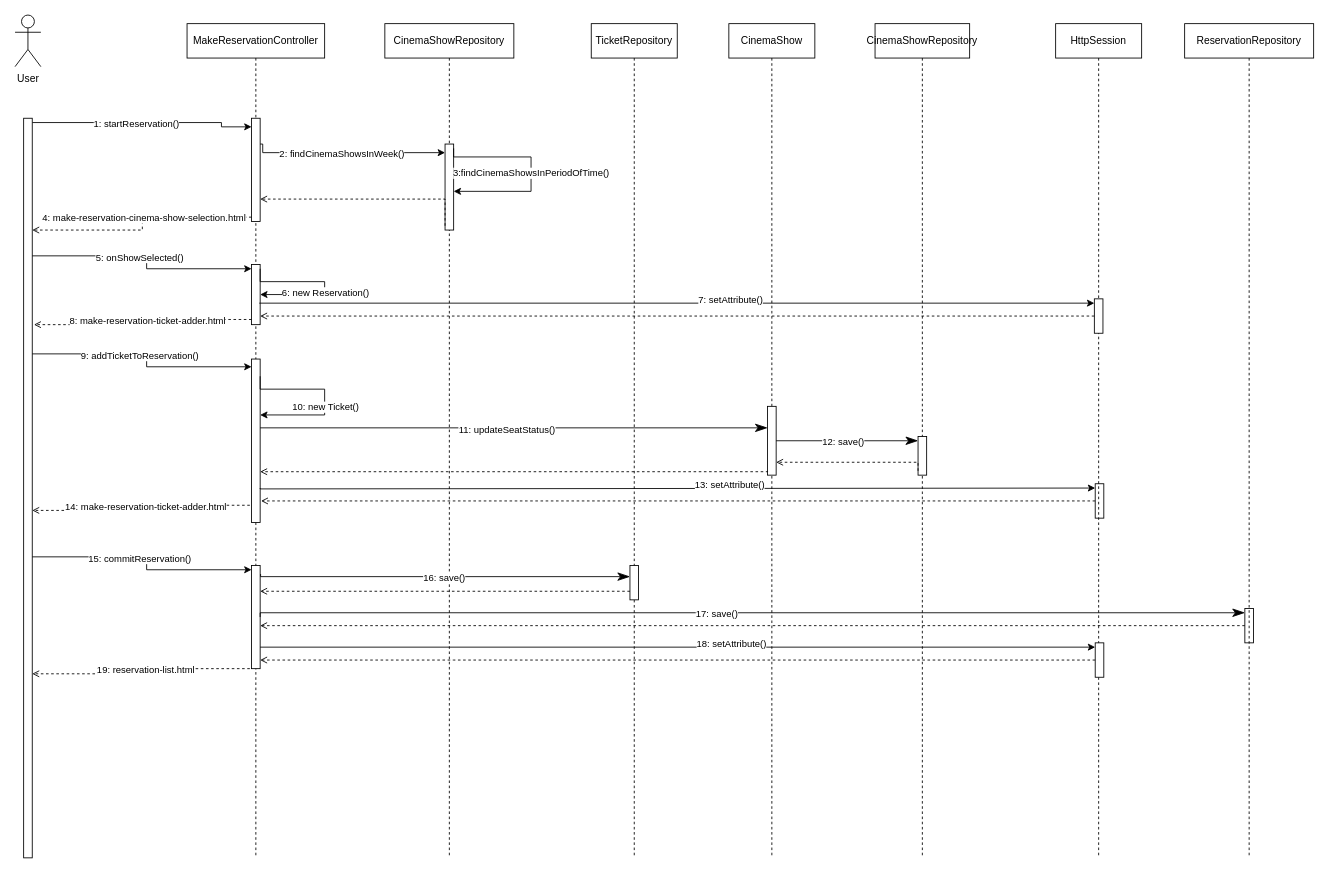
Before: src/main/asciidoc/models/design/Kundenportal/kundenportal_sequenzdiagram.drawio in Leonard0108/Anwendungsprogrammierung, a draw.io diagram. Source tidied: cells renumbered, new cells numbered last; positions are measured from the earlier drawing's top-left corner, leaving out a move shared by most shapes. Both pictures are drawn from the tidied source at 86%, with x=0, y=0 at pixel (15, 15).
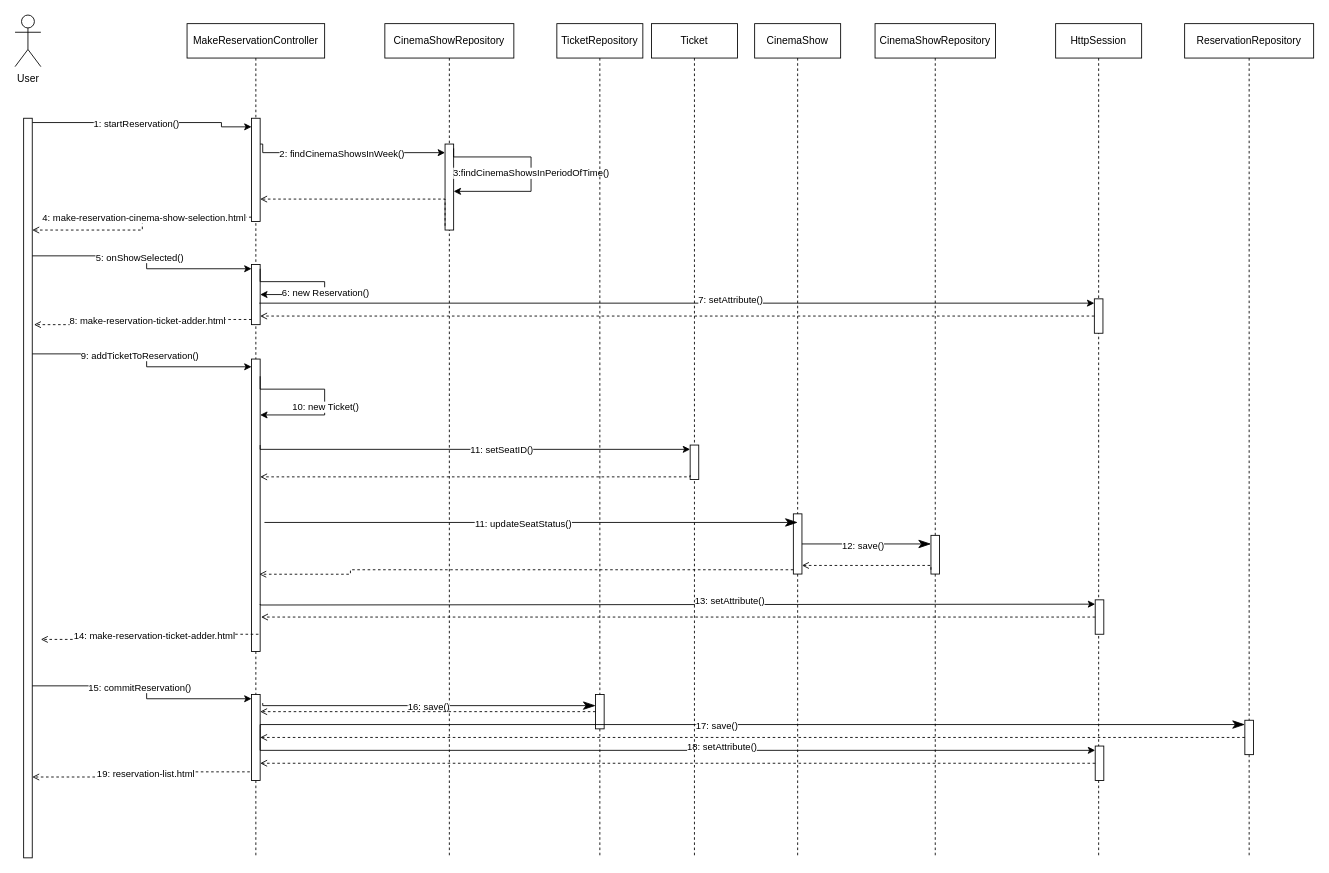
After the change.

Commit message (it also covers changes not shown here):
kundenportal: diagramme aktualisiert

The change refers to these unchanged cells:
```xml
<mxCell id="3" value="MakeReservationController" style="shape=umlLifeline;perimeter=lifelinePerimeter;whiteSpace=wrap;html=1;outlineConnect=0;portConstraint=eastwest;newEdgeStyle={&quot;curved&quot;:0,&quot;rounded&quot;:0};" parent="1" vertex="1">
  <mxGeometry x="200" y="10" width="160" height="970" as="geometry" />
</mxCell>
<mxCell id="60" value="HttpSession" style="shape=umlLifeline;perimeter=lifelinePerimeter;whiteSpace=wrap;html=1;newEdgeStyle={&quot;curved&quot;:0,&quot;rounded&quot;:0};" parent="1" vertex="1">
  <mxGeometry x="1210" y="10" width="100" height="970" as="geometry" />
</mxCell>
```

The edit, as a diff of the source:
```diff
@@
     <mxCell id="8" style="html=1;points=[[0,0,0,0,5],[0,1,0,0,-5],[1,0,0,0,5],[1,1,0,0,-5]];perimeter=orthogonalPerimeter;outlineConnect=0;targetShapes=umlLifeline;portConstraint=eastwest;newEdgeStyle={&quot;curved&quot;:0,&quot;rounded&quot;:0};" parent="3" vertex="1">
-      <mxGeometry x="75" y="390" width="10" height="190" as="geometry" />
+      <mxGeometry x="75" y="390" width="10" height="340" as="geometry" />
     </mxCell>
@@
     <mxCell id="11" style="html=1;points=[[0,0,0,0,5],[0,1,0,0,-5],[1,0,0,0,5],[1,1,0,0,-5]];perimeter=orthogonalPerimeter;outlineConnect=0;targetShapes=umlLifeline;portConstraint=eastwest;newEdgeStyle={&quot;curved&quot;:0,&quot;rounded&quot;:0};" parent="3" vertex="1">
-      <mxGeometry x="75" y="630" width="10" height="120" as="geometry" />
+      <mxGeometry x="75" y="780" width="10" height="100" as="geometry" />
     </mxCell>
+    <mxCell id="69" style="edgeStyle=orthogonalEdgeStyle;rounded=0;jettySize=auto;html=1;curved=0;exitX=1;exitY=0;exitDx=0;exitDy=5;exitPerimeter=0;entryX=0;entryY=0;entryDx=0;entryDy=5;entryPerimeter=0;" parent="3" edge="1" target="72">
+      <mxGeometry relative="1" as="geometry">
+        <mxPoint x="85" y="490" as="sourcePoint" />
+        <Array as="points">
+          <mxPoint x="85" y="495" />
+        </Array>
+      </mxGeometry>
+    </mxCell>
+    <mxCell id="70" value="11: setSeatID()" style="edgeLabel;html=1;align=center;verticalAlign=middle;" parent="69" vertex="1">
+      <mxGeometry x="0.13" relative="1" as="geometry" />
+    </mxCell>
@@
     <mxCell id="30" value="TicketRepository" style="shape=umlLifeline;perimeter=lifelinePerimeter;whiteSpace=wrap;html=1;newEdgeStyle={&quot;curved&quot;:0,&quot;rounded&quot;:0};" parent="1" vertex="1">
-      <mxGeometry x="670" y="10" width="100" height="970" as="geometry" />
+      <mxGeometry x="630" y="10" width="100" height="970" as="geometry" />
     </mxCell>
     <mxCell id="31" style="html=1;points=[[0,0,0,0,5],[0,1,0,0,-5],[1,0,0,0,5],[1,1,0,0,-5]];perimeter=orthogonalPerimeter;outlineConnect=0;targetShapes=umlLifeline;portConstraint=eastwest;newEdgeStyle={&quot;curved&quot;:0,&quot;rounded&quot;:0};" parent="30" vertex="1">
-      <mxGeometry x="45" y="630" width="10" height="40" as="geometry" />
+      <mxGeometry x="45" y="780" width="10" height="40" as="geometry" />
     </mxCell>
     <mxCell id="32" style="endArrow=classicThin;endFill=1;endSize=12;html=1;rounded=0;exitX=0.5;exitY=0.818;exitDx=0;exitDy=0;exitPerimeter=0;edgeStyle=orthogonalEdgeStyle;" parent="1" edge="1" target="31">
       <mxGeometry relative="1" as="geometry">
-        <mxPoint x="285.5" y="650" as="sourcePoint" />
+        <mxPoint x="288" y="800" as="sourcePoint" />
         <Array as="points">
-          <mxPoint x="286" y="653" />
+          <mxPoint x="288.5" y="803" />
         </Array>
       </mxGeometry>
     </mxCell>
@@
     <mxCell id="34" style="edgeStyle=orthogonalEdgeStyle;rounded=0;jettySize=auto;html=1;curved=0;dashed=1;endArrow=open;endFill=0;startArrow=none;startFill=0;" parent="1" edge="1" source="31" target="11">
       <mxGeometry relative="1" as="geometry">
         <Array as="points">
-          <mxPoint x="400" y="670" />
-          <mxPoint x="400" y="670" />
+          <mxPoint x="580" y="810" />
+          <mxPoint x="580" y="810" />
         </Array>
       </mxGeometry>
     </mxCell>
     <mxCell id="35" value="CinemaShow" style="shape=umlLifeline;perimeter=lifelinePerimeter;whiteSpace=wrap;html=1;newEdgeStyle={&quot;curved&quot;:0,&quot;rounded&quot;:0};" parent="1" vertex="1">
-      <mxGeometry x="830" y="10" width="100" height="970" as="geometry" />
+      <mxGeometry x="860" y="10" width="100" height="970" as="geometry" />
     </mxCell>
     <mxCell id="36" style="html=1;points=[[0,0,0,0,5],[0,1,0,0,-5],[1,0,0,0,5],[1,1,0,0,-5]];perimeter=orthogonalPerimeter;outlineConnect=0;targetShapes=umlLifeline;portConstraint=eastwest;newEdgeStyle={&quot;curved&quot;:0,&quot;rounded&quot;:0};" parent="35" vertex="1">
-      <mxGeometry x="45" y="445" width="10" height="80" as="geometry" />
+      <mxGeometry x="45" y="570" width="10" height="70" as="geometry" />
     </mxCell>
-    <mxCell id="37" style="html=1;points=[[0,0,0,0,5],[0,1,0,0,-5],[1,0,0,0,5],[1,1,0,0,-5]];perimeter=orthogonalPerimeter;outlineConnect=0;targetShapes=umlLifeline;portConstraint=eastwest;newEdgeStyle={&quot;curved&quot;:0,&quot;rounded&quot;:0};" parent="35" vertex="1">
-      <mxGeometry x="426" y="535" width="10" height="40" as="geometry" />
-    </mxCell>
-    <mxCell id="38" style="edgeStyle=orthogonalEdgeStyle;rounded=0;jettySize=auto;html=1;curved=0;dashed=1;endArrow=open;endFill=0;" parent="35" edge="1" source="37">
-      <mxGeometry relative="1" as="geometry">
-        <mxPoint x="-544" y="555" as="targetPoint" />
-        <Array as="points">
-          <mxPoint x="-159" y="555" />
-          <mxPoint x="-159" y="555" />
-        </Array>
-      </mxGeometry>
-    </mxCell>
-    <mxCell id="39" style="edgeStyle=orthogonalEdgeStyle;rounded=0;jettySize=auto;html=1;curved=0;exitX=0.525;exitY=0.336;exitDx=0;exitDy=0;exitPerimeter=0;entryX=0;entryY=0;entryDx=0;entryDy=5;entryPerimeter=0;" parent="35" edge="1" target="37">
-      <mxGeometry relative="1" as="geometry">
-        <mxPoint x="-545" y="540" as="sourcePoint" />
-        <Array as="points">
-          <mxPoint x="426" y="541" />
-        </Array>
-      </mxGeometry>
-    </mxCell>
-    <mxCell id="40" value="13: setAttribute()" style="edgeLabel;html=1;align=center;verticalAlign=middle;" parent="39" vertex="1">
-      <mxGeometry x="0.13" relative="1" as="geometry">
-        <mxPoint x="-2" y="-5" as="offset" />
-      </mxGeometry>
-    </mxCell>
     <mxCell id="41" value="CinemaShowRepository" style="shape=umlLifeline;perimeter=lifelinePerimeter;whiteSpace=wrap;html=1;newEdgeStyle={&quot;curved&quot;:0,&quot;rounded&quot;:0};" parent="1" vertex="1">
-      <mxGeometry x="1000" y="10" width="110" height="970" as="geometry" />
+      <mxGeometry x="1000" y="10" width="140" height="970" as="geometry" />
     </mxCell>
     <mxCell id="42" style="html=1;points=[[0,0,0,0,5],[0,1,0,0,-5],[1,0,0,0,5],[1,1,0,0,-5]];perimeter=orthogonalPerimeter;outlineConnect=0;targetShapes=umlLifeline;portConstraint=eastwest;newEdgeStyle={&quot;curved&quot;:0,&quot;rounded&quot;:0};" parent="41" vertex="1">
-      <mxGeometry x="50" y="480" width="10" height="45" as="geometry" />
+      <mxGeometry x="65" y="595" width="10" height="45" as="geometry" />
     </mxCell>
-    <mxCell id="43" style="html=1;points=[[0,0,0,0,5],[0,1,0,0,-5],[1,0,0,0,5],[1,1,0,0,-5]];perimeter=orthogonalPerimeter;outlineConnect=0;targetShapes=umlLifeline;portConstraint=eastwest;newEdgeStyle={&quot;curved&quot;:0,&quot;rounded&quot;:0};" parent="41" vertex="1">
-      <mxGeometry x="430" y="680" width="10" height="40" as="geometry" />
-    </mxCell>
-    <mxCell id="44" style="edgeStyle=orthogonalEdgeStyle;rounded=0;jettySize=auto;html=1;curved=0;dashed=1;endArrow=open;endFill=0;startArrow=none;startFill=0;" parent="41" edge="1" source="43">
-      <mxGeometry relative="1" as="geometry">
-        <mxPoint x="-715" y="700" as="targetPoint" />
-        <Array as="points">
-          <mxPoint x="120" y="700" />
-          <mxPoint x="120" y="700" />
-        </Array>
-      </mxGeometry>
-    </mxCell>
-    <mxCell id="45" style="endArrow=classicThin;endFill=1;endSize=12;html=1;rounded=0;entryX=0;entryY=0;entryDx=0;entryDy=5;entryPerimeter=0;edgeStyle=orthogonalEdgeStyle;" parent="41" edge="1" target="43">
-      <mxGeometry relative="1" as="geometry">
-        <mxPoint x="-715" y="690" as="sourcePoint" />
-        <Array as="points">
-          <mxPoint x="-715" y="685" />
-        </Array>
-      </mxGeometry>
-    </mxCell>
-    <mxCell id="46" value="17: save()" style="edgeLabel;html=1;align=center;verticalAlign=middle;" parent="45" vertex="1">
-      <mxGeometry x="-0.07" y="-1" relative="1" as="geometry" />
-    </mxCell>
-    <mxCell id="47" style="endArrow=classicThin;endFill=1;endSize=12;html=1;rounded=0;exitX=0.5;exitY=0.818;exitDx=0;exitDy=0;exitPerimeter=0;" parent="1" edge="1" target="36">
+    <mxCell id="47" style="endArrow=classicThin;endFill=1;endSize=12;html=1;rounded=0;" parent="1" edge="1">
       <mxGeometry relative="1" as="geometry">
-        <mxPoint x="285" y="480" as="sourcePoint" />
+        <mxPoint x="290" y="590" as="sourcePoint" />
+        <mxPoint x="910" y="590" as="targetPoint" />
       </mxGeometry>
     </mxCell>
@@
-    <mxCell id="49" style="edgeStyle=orthogonalEdgeStyle;rounded=0;jettySize=auto;html=1;curved=0;dashed=1;endArrow=open;endFill=0;exitX=0;exitY=1;exitDx=0;exitDy=-5;exitPerimeter=0;" parent="1" edge="1" source="36" target="8">
+    <mxCell id="49" style="edgeStyle=orthogonalEdgeStyle;rounded=0;jettySize=auto;html=1;curved=0;dashed=1;endArrow=open;endFill=0;exitX=0;exitY=1;exitDx=0;exitDy=-5;exitPerimeter=0;entryX=0.525;entryY=0.66;entryDx=0;entryDy=0;entryPerimeter=0;" parent="1" edge="1" source="36" target="3">
       <mxGeometry relative="1" as="geometry">
         <Array as="points">
-          <mxPoint x="875" y="531" />
+          <mxPoint x="390" y="645" />
+          <mxPoint x="390" y="650" />
         </Array>
       </mxGeometry>
     </mxCell>
@@
     <mxCell id="52" style="edgeStyle=orthogonalEdgeStyle;rounded=0;jettySize=auto;html=1;curved=0;dashed=1;endArrow=open;endFill=0;exitX=0;exitY=1;exitDx=0;exitDy=-5;exitPerimeter=0;" parent="1" edge="1" source="42" target="36">
       <mxGeometry relative="1" as="geometry">
         <Array as="points">
-          <mxPoint x="1050" y="520" />
+          <mxPoint x="1065" y="640" />
         </Array>
       </mxGeometry>
     </mxCell>
     <mxCell id="53" style="edgeStyle=orthogonalEdgeStyle;rounded=0;orthogonalLoop=1;jettySize=auto;html=1;curved=0;entryX=1.2;entryY=0.269;entryDx=0;entryDy=0;entryPerimeter=0;dashed=1;endArrow=open;endFill=0;exitX=0;exitY=1;exitDx=0;exitDy=-5;exitPerimeter=0;" parent="1" edge="1">
       <mxGeometry relative="1" as="geometry">
-        <mxPoint x="273" y="570" as="sourcePoint" />
-        <mxPoint x="20" y="576" as="targetPoint" />
+        <mxPoint x="283" y="720" as="sourcePoint" />
+        <mxPoint x="30" y="726" as="targetPoint" />
         <Array as="points">
-          <mxPoint x="147" y="570" />
-          <mxPoint x="147" y="576" />
+          <mxPoint x="157" y="720" />
+          <mxPoint x="157" y="726" />
         </Array>
       </mxGeometry>
     </mxCell>
@@
     <mxCell id="55" style="edgeStyle=orthogonalEdgeStyle;rounded=0;orthogonalLoop=1;jettySize=auto;html=1;curved=0;" parent="1" edge="1">
       <mxGeometry relative="1" as="geometry">
-        <mxPoint x="20" y="630" as="sourcePoint" />
-        <mxPoint x="275" y="645" as="targetPoint" />
+        <mxPoint x="20" y="780" as="sourcePoint" />
+        <mxPoint x="275" y="795" as="targetPoint" />
         <Array as="points">
-          <mxPoint x="153" y="630" />
-          <mxPoint x="153" y="645" />
+          <mxPoint x="153" y="780" />
+          <mxPoint x="153" y="795" />
         </Array>
       </mxGeometry>
     </mxCell>
@@
     <mxCell id="58" style="edgeStyle=orthogonalEdgeStyle;rounded=0;orthogonalLoop=1;jettySize=auto;html=1;curved=0;entryX=1.2;entryY=0.269;entryDx=0;entryDy=0;entryPerimeter=0;dashed=1;endArrow=open;endFill=0;exitX=0;exitY=1;exitDx=0;exitDy=-5;exitPerimeter=0;" parent="1" edge="1">
       <mxGeometry relative="1" as="geometry">
-        <mxPoint x="273" y="760" as="sourcePoint" />
-        <mxPoint x="20" y="766" as="targetPoint" />
+        <mxPoint x="273" y="880" as="sourcePoint" />
+        <mxPoint x="20" y="886" as="targetPoint" />
         <Array as="points">
-          <mxPoint x="147" y="760" />
-          <mxPoint x="147" y="766" />
+          <mxPoint x="147" y="880" />
+          <mxPoint x="147" y="886" />
         </Array>
       </mxGeometry>
     </mxCell>
@@
     <mxCell id="62" style="html=1;points=[[0,0,0,0,5],[0,1,0,0,-5],[1,0,0,0,5],[1,1,0,0,-5]];perimeter=orthogonalPerimeter;outlineConnect=0;targetShapes=umlLifeline;portConstraint=eastwest;newEdgeStyle={&quot;curved&quot;:0,&quot;rounded&quot;:0};" parent="60" vertex="1">
-      <mxGeometry x="46" y="720" width="10" height="40" as="geometry" />
+      <mxGeometry x="46" y="840" width="10" height="40" as="geometry" />
     </mxCell>
@@
-    <mxCell id="66" style="edgeStyle=orthogonalEdgeStyle;rounded=0;jettySize=auto;html=1;curved=0;entryX=0;entryY=0;entryDx=0;entryDy=5;entryPerimeter=0;" parent="1" edge="1" source="11" target="62">
+    <mxCell id="66" style="edgeStyle=orthogonalEdgeStyle;rounded=0;jettySize=auto;html=1;curved=0;entryX=0;entryY=0;entryDx=0;entryDy=5;entryPerimeter=0;" parent="1" edge="1" target="62">
       <mxGeometry relative="1" as="geometry">
+        <mxPoint x="285" y="830" as="sourcePoint" />
         <Array as="points">
-          <mxPoint x="860" y="735" />
-          <mxPoint x="860" y="735" />
+          <mxPoint x="285" y="855" />
         </Array>
       </mxGeometry>
     </mxCell>
@@
-    <mxCell id="68" style="edgeStyle=orthogonalEdgeStyle;rounded=0;jettySize=auto;html=1;curved=0;dashed=1;endArrow=open;endFill=0;" parent="1" edge="1" source="62" target="11">
+    <mxCell id="68" style="edgeStyle=orthogonalEdgeStyle;rounded=0;jettySize=auto;html=1;curved=0;dashed=1;endArrow=open;endFill=0;" parent="1" edge="1" source="62">
       <mxGeometry relative="1" as="geometry">
+        <mxPoint x="285" y="870" as="targetPoint" />
         <Array as="points">
-          <mxPoint x="510" y="750" />
-          <mxPoint x="510" y="750" />
+          <mxPoint x="540" y="870" />
+          <mxPoint x="540" y="870" />
         </Array>
       </mxGeometry>
     </mxCell>
+    <mxCell id="43" style="html=1;points=[[0,0,0,0,5],[0,1,0,0,-5],[1,0,0,0,5],[1,1,0,0,-5]];perimeter=orthogonalPerimeter;outlineConnect=0;targetShapes=umlLifeline;portConstraint=eastwest;newEdgeStyle={&quot;curved&quot;:0,&quot;rounded&quot;:0};" parent="1" vertex="1">
+      <mxGeometry x="1430" y="820" width="10" height="40" as="geometry" />
+    </mxCell>
+    <mxCell id="44" style="edgeStyle=orthogonalEdgeStyle;rounded=0;jettySize=auto;html=1;curved=0;dashed=1;endArrow=open;endFill=0;startArrow=none;startFill=0;" parent="1" edge="1" source="43">
+      <mxGeometry relative="1" as="geometry">
+        <mxPoint x="285" y="840" as="targetPoint" />
+        <Array as="points">
+          <mxPoint x="1120" y="840" />
+          <mxPoint x="1120" y="840" />
+        </Array>
+      </mxGeometry>
+    </mxCell>
+    <mxCell id="45" style="endArrow=classicThin;endFill=1;endSize=12;html=1;rounded=0;entryX=0;entryY=0;entryDx=0;entryDy=5;entryPerimeter=0;edgeStyle=orthogonalEdgeStyle;" parent="1" edge="1" target="43">
+      <mxGeometry relative="1" as="geometry">
+        <mxPoint x="285" y="830" as="sourcePoint" />
+        <Array as="points">
+          <mxPoint x="285" y="825" />
+        </Array>
+      </mxGeometry>
+    </mxCell>
+    <mxCell id="46" value="17: save()" style="edgeLabel;html=1;align=center;verticalAlign=middle;" parent="45" vertex="1">
+      <mxGeometry x="-0.07" y="-1" relative="1" as="geometry" />
+    </mxCell>
+    <mxCell id="37" style="html=1;points=[[0,0,0,0,5],[0,1,0,0,-5],[1,0,0,0,5],[1,1,0,0,-5]];perimeter=orthogonalPerimeter;outlineConnect=0;targetShapes=umlLifeline;portConstraint=eastwest;newEdgeStyle={&quot;curved&quot;:0,&quot;rounded&quot;:0};" parent="1" vertex="1">
+      <mxGeometry x="1256" y="680" width="10" height="40" as="geometry" />
+    </mxCell>
+    <mxCell id="38" style="edgeStyle=orthogonalEdgeStyle;rounded=0;jettySize=auto;html=1;curved=0;dashed=1;endArrow=open;endFill=0;" parent="1" edge="1" source="37">
+      <mxGeometry relative="1" as="geometry">
+        <mxPoint x="286" y="700" as="targetPoint" />
+        <Array as="points">
+          <mxPoint x="671" y="700" />
+          <mxPoint x="671" y="700" />
+        </Array>
+      </mxGeometry>
+    </mxCell>
+    <mxCell id="39" style="edgeStyle=orthogonalEdgeStyle;rounded=0;jettySize=auto;html=1;curved=0;exitX=0.525;exitY=0.336;exitDx=0;exitDy=0;exitPerimeter=0;entryX=0;entryY=0;entryDx=0;entryDy=5;entryPerimeter=0;" parent="1" edge="1" target="37">
+      <mxGeometry relative="1" as="geometry">
+        <mxPoint x="285" y="685" as="sourcePoint" />
+        <Array as="points">
+          <mxPoint x="1256" y="686" />
+        </Array>
+      </mxGeometry>
+    </mxCell>
+    <mxCell id="40" value="13: setAttribute()" style="edgeLabel;html=1;align=center;verticalAlign=middle;" parent="39" vertex="1">
+      <mxGeometry x="0.13" relative="1" as="geometry">
+        <mxPoint x="-2" y="-5" as="offset" />
+      </mxGeometry>
+    </mxCell>
+    <mxCell id="71" value="Ticket" style="shape=umlLifeline;perimeter=lifelinePerimeter;whiteSpace=wrap;html=1;newEdgeStyle={&quot;curved&quot;:0,&quot;rounded&quot;:0};" parent="1" vertex="1">
+      <mxGeometry x="740" y="10" width="100" height="970" as="geometry" />
+    </mxCell>
+    <mxCell id="72" style="html=1;points=[[0,0,0,0,5],[0,1,0,0,-5],[1,0,0,0,5],[1,1,0,0,-5]];perimeter=orthogonalPerimeter;outlineConnect=0;targetShapes=umlLifeline;portConstraint=eastwest;newEdgeStyle={&quot;curved&quot;:0,&quot;rounded&quot;:0};" parent="71" vertex="1">
+      <mxGeometry x="45" y="490" width="10" height="40" as="geometry" />
+    </mxCell>
+    <mxCell id="73" style="edgeStyle=orthogonalEdgeStyle;rounded=0;jettySize=auto;html=1;curved=0;dashed=1;endArrow=open;endFill=0;exitX=0;exitY=1;exitDx=0;exitDy=-5;exitPerimeter=0;" parent="1" edge="1" source="72" target="8">
+      <mxGeometry relative="1" as="geometry">
+        <Array as="points">
+          <mxPoint x="785" y="537" />
+        </Array>
+      </mxGeometry>
+    </mxCell>
```
